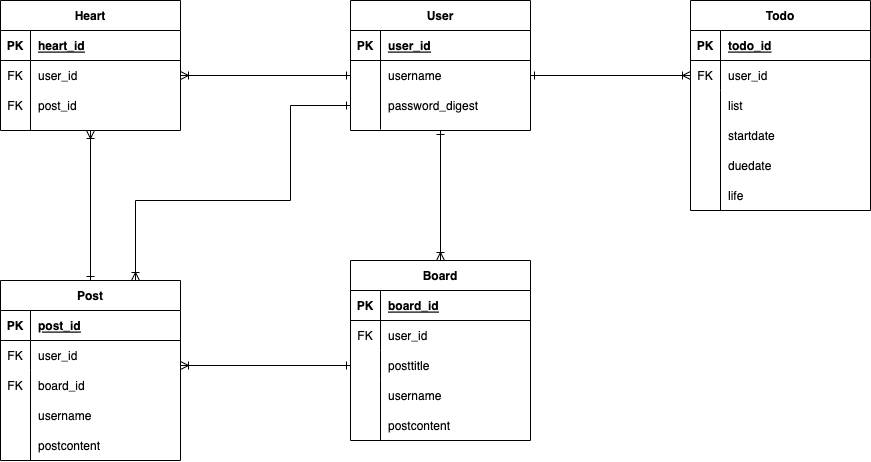
This is portfolio-ER図.drawio.png from ABE19950311/Portfolio, a draw.io export, as it was before one commit. Source tidied: cells renumbered, new cells last; positions are measured from the earlier drawing's top-left corner, leaving out a move shared by most shapes.
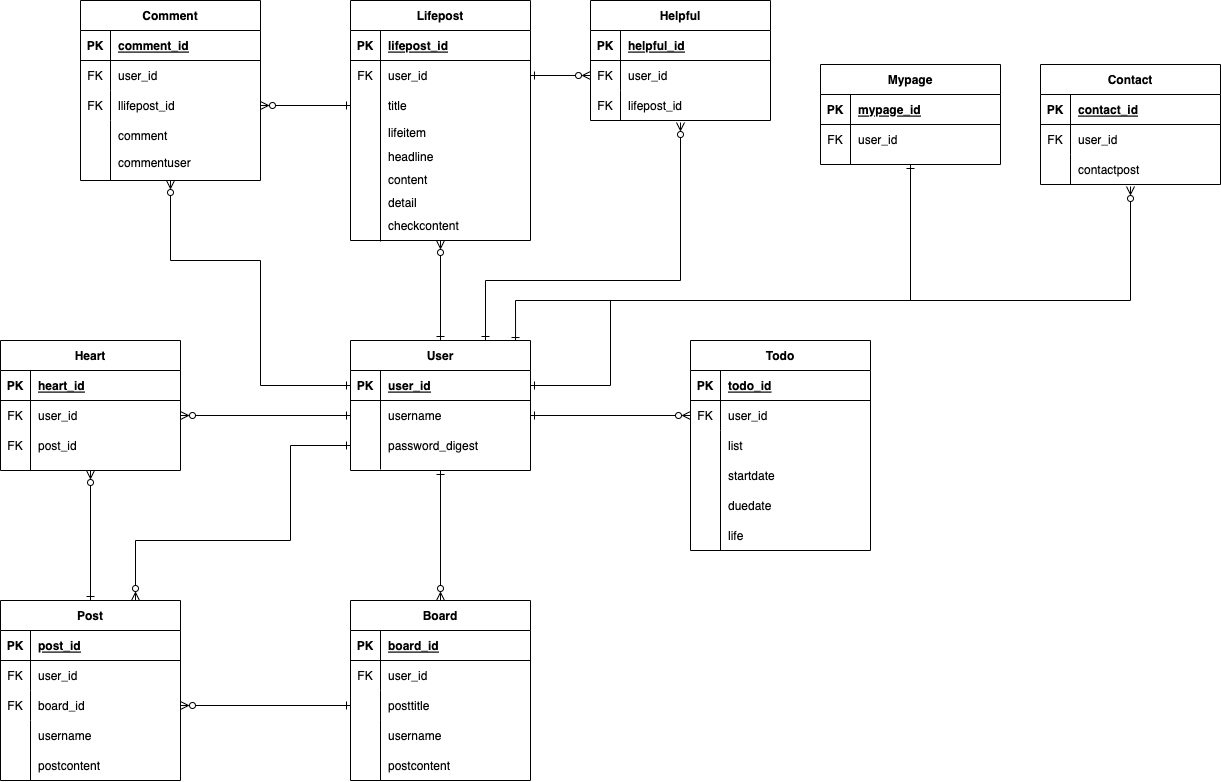
The same file after the commit.

The edit, as a diff of the source:
```diff
@@ -4,3 +4,3 @@
     <mxCell id="1" parent="0" />
-    <mxCell id="2" style="edgeStyle=none;rounded=0;jettySize=auto;html=1;exitX=0.5;exitY=0;exitDx=0;exitDy=0;entryX=0.5;entryY=1;entryDx=0;entryDy=0;startArrow=ERone;startFill=0;endArrow=ERoneToMany;endFill=0;" parent="1" edge="1" source="3" target="29">
+    <mxCell id="2" style="edgeStyle=none;rounded=0;jettySize=auto;html=1;exitX=0.5;exitY=0;exitDx=0;exitDy=0;entryX=0.5;entryY=1;entryDx=0;entryDy=0;startArrow=ERone;startFill=0;endArrow=ERzeroToMany;endFill=0;" parent="1" edge="1" source="3" target="29">
       <mxGeometry relative="1" as="geometry" />
@@ -8,3 +8,3 @@
     <mxCell id="3" value="Post" style="shape=table;startSize=30;rowLines=0;fontStyle=1;align=center;" parent="1" vertex="1">
-      <mxGeometry y="280" width="180" height="180" as="geometry" />
+      <mxGeometry y="260" width="180" height="180" as="geometry" />
     </mxCell>
@@ -154,8 +154,28 @@
     </mxCell>
-    <mxCell id="52" style="rounded=0;jettySize=auto;html=1;exitX=1;exitY=0.5;exitDx=0;exitDy=0;entryX=0;entryY=0.5;entryDx=0;entryDy=0;startArrow=ERone;startFill=0;endArrow=ERoneToMany;endFill=0;" parent="1" edge="1" source="58" target="43">
+    <mxCell id="52" style="rounded=0;jettySize=auto;html=1;exitX=1;exitY=0.5;exitDx=0;exitDy=0;entryX=0;entryY=0.5;entryDx=0;entryDy=0;startArrow=ERone;startFill=0;endArrow=ERzeroToMany;endFill=0;" parent="1" edge="1" source="58" target="43">
       <mxGeometry relative="1" as="geometry" />
     </mxCell>
-    <mxCell id="53" style="edgeStyle=none;rounded=0;jettySize=auto;html=1;exitX=0.5;exitY=1;exitDx=0;exitDy=0;entryX=0.5;entryY=0;entryDx=0;entryDy=0;startArrow=ERone;startFill=0;endArrow=ERoneToMany;endFill=0;" parent="1" edge="1" source="54" target="16">
+    <mxCell id="53" style="edgeStyle=none;rounded=0;jettySize=auto;html=1;exitX=0.5;exitY=1;exitDx=0;exitDy=0;entryX=0.5;entryY=0;entryDx=0;entryDy=0;startArrow=ERone;startFill=0;endArrow=ERzeroToMany;endFill=0;" parent="1" edge="1" source="54" target="16">
       <mxGeometry relative="1" as="geometry" />
     </mxCell>
+    <mxCell id="76" style="edgeStyle=none;rounded=0;jettySize=auto;html=1;exitX=0.917;exitY=0.008;exitDx=0;exitDy=0;entryX=0.5;entryY=1;entryDx=0;entryDy=0;startArrow=ERone;startFill=0;endArrow=ERone;endFill=0;exitPerimeter=0;" parent="1" edge="1" source="54" target="79">
+      <mxGeometry relative="1" as="geometry">
+        <Array as="points">
+          <mxPoint x="515" y="-40" />
+          <mxPoint x="780" y="-40" />
+          <mxPoint x="910" y="-40" />
+        </Array>
+      </mxGeometry>
+    </mxCell>
+    <mxCell id="77" style="edgeStyle=orthogonalEdgeStyle;rounded=0;jettySize=auto;html=1;exitX=0.5;exitY=0;exitDx=0;exitDy=0;entryX=0.5;entryY=1;entryDx=0;entryDy=0;startArrow=ERone;startFill=0;endArrow=ERzeroToMany;endFill=0;" parent="1" edge="1" source="54" target="86">
+      <mxGeometry relative="1" as="geometry" />
+    </mxCell>
+    <mxCell id="78" style="edgeStyle=orthogonalEdgeStyle;rounded=0;jettySize=auto;html=1;exitX=0.75;exitY=0;exitDx=0;exitDy=0;entryX=0.5;entryY=1.067;entryDx=0;entryDy=0;entryPerimeter=0;startArrow=ERone;startFill=0;endArrow=ERzeroToMany;endFill=0;" parent="1" edge="1" source="54" target="136">
+      <mxGeometry relative="1" as="geometry">
+        <Array as="points">
+          <mxPoint x="485" y="-60" />
+          <mxPoint x="680" y="-60" />
+        </Array>
+      </mxGeometry>
+    </mxCell>
     <mxCell id="54" value="User" style="shape=table;startSize=30;rowLines=0;fontStyle=1;align=center;" parent="1" vertex="1">
@@ -199,6 +219,6 @@
     </mxCell>
-    <mxCell id="67" style="edgeStyle=none;rounded=0;jettySize=auto;html=1;exitX=0;exitY=0.5;exitDx=0;exitDy=0;entryX=1;entryY=0.5;entryDx=0;entryDy=0;startArrow=ERone;startFill=0;endArrow=ERoneToMany;endFill=0;" parent="1" edge="1" source="58" target="33">
+    <mxCell id="67" style="edgeStyle=none;rounded=0;jettySize=auto;html=1;exitX=0;exitY=0.5;exitDx=0;exitDy=0;entryX=1;entryY=0.5;entryDx=0;entryDy=0;startArrow=ERone;startFill=0;endArrow=ERzeroToMany;endFill=0;" parent="1" edge="1" source="58" target="33">
       <mxGeometry relative="1" as="geometry" />
     </mxCell>
-    <mxCell id="68" style="edgeStyle=none;rounded=0;jettySize=auto;html=1;exitX=0;exitY=0.5;exitDx=0;exitDy=0;entryX=0.75;entryY=0;entryDx=0;entryDy=0;startArrow=ERone;startFill=0;endArrow=ERoneToMany;endFill=0;" parent="1" edge="1" source="61" target="3">
+    <mxCell id="68" style="edgeStyle=none;rounded=0;jettySize=auto;html=1;exitX=0;exitY=0.5;exitDx=0;exitDy=0;entryX=0.75;entryY=0;entryDx=0;entryDy=0;startArrow=ERone;startFill=0;endArrow=ERzeroToMany;endFill=0;" parent="1" edge="1" source="61" target="3">
       <mxGeometry relative="1" as="geometry">
@@ -211,3 +231,3 @@
     </mxCell>
-    <mxCell id="69" style="edgeStyle=none;rounded=0;jettySize=auto;html=1;exitX=0;exitY=0.5;exitDx=0;exitDy=0;startArrow=ERone;startFill=0;endArrow=ERoneToMany;endFill=0;" parent="1" edge="1" source="23">
+    <mxCell id="69" style="edgeStyle=none;rounded=0;jettySize=auto;html=1;exitX=0;exitY=0.5;exitDx=0;exitDy=0;startArrow=ERone;startFill=0;endArrow=ERzeroToMany;endFill=0;" parent="1" edge="1" source="23">
       <mxGeometry relative="1" as="geometry">
@@ -217,3 +237,3 @@
     <mxCell id="70" value="postcontent" style="shape=partialRectangle;fillColor=none;top=0;left=0;bottom=0;right=0;align=left;spacingLeft=6;overflow=hidden;" parent="1" vertex="1">
-      <mxGeometry x="30" y="430" width="150" height="30" as="geometry" />
+      <mxGeometry x="30" y="410" width="150" height="30" as="geometry" />
     </mxCell>
@@ -246,5 +266,215 @@
         <mxPoint x="30" y="390" as="sourcePoint" />
-        <mxPoint x="30" y="460" as="targetPoint" />
+        <mxPoint x="30" y="440" as="targetPoint" />
       </mxGeometry>
     </mxCell>
+    <mxCell id="79" value="Mypage" style="shape=table;startSize=30;rowLines=0;fontStyle=1;align=center;" parent="1" vertex="1">
+      <mxGeometry x="820" y="-276" width="180" height="100" as="geometry" />
+    </mxCell>
+    <mxCell id="80" style="shape=tableRow;horizontal=0;startSize=0;swimlaneHead=0;swimlaneBody=0;fillColor=none;top=0;left=0;right=0;bottom=1;" parent="79" vertex="1">
+      <mxGeometry y="30" width="180" height="30" as="geometry" />
+    </mxCell>
+    <mxCell id="81" value="PK" style="shape=partialRectangle;fillColor=none;top=0;left=0;bottom=0;right=0;fontStyle=1;overflow=hidden;" parent="80" vertex="1">
+      <mxGeometry width="30" height="30" as="geometry" />
+    </mxCell>
+    <mxCell id="82" value="mypage_id" style="shape=partialRectangle;fillColor=none;top=0;left=0;bottom=0;right=0;align=left;spacingLeft=6;fontStyle=5;overflow=hidden;" parent="80" vertex="1">
+      <mxGeometry x="30" width="150" height="30" as="geometry" />
+    </mxCell>
+    <mxCell id="83" style="shape=tableRow;horizontal=0;startSize=0;swimlaneHead=0;swimlaneBody=0;fillColor=none;top=0;left=0;right=0;bottom=0;" parent="79" vertex="1">
+      <mxGeometry y="60" width="180" height="30" as="geometry" />
+    </mxCell>
+    <mxCell id="84" value="FK" style="shape=partialRectangle;fillColor=none;top=0;left=0;bottom=0;right=0;overflow=hidden;" parent="83" vertex="1">
+      <mxGeometry width="30" height="30" as="geometry" />
+    </mxCell>
+    <mxCell id="85" value="user_id" style="shape=partialRectangle;fillColor=none;top=0;left=0;bottom=0;right=0;align=left;spacingLeft=6;overflow=hidden;" parent="83" vertex="1">
+      <mxGeometry x="30" width="150" height="30" as="geometry" />
+    </mxCell>
+    <mxCell id="86" value="Lifepost" style="shape=table;startSize=30;rowLines=0;fontStyle=1;align=center;" parent="1" vertex="1">
+      <mxGeometry x="350" y="-340" width="180" height="240" as="geometry" />
+    </mxCell>
+    <mxCell id="87" style="shape=tableRow;horizontal=0;startSize=0;swimlaneHead=0;swimlaneBody=0;fillColor=none;top=0;left=0;right=0;bottom=1;" parent="86" vertex="1">
+      <mxGeometry y="30" width="180" height="30" as="geometry" />
+    </mxCell>
+    <mxCell id="88" value="PK" style="shape=partialRectangle;fillColor=none;top=0;left=0;bottom=0;right=0;fontStyle=1;overflow=hidden;" parent="87" vertex="1">
+      <mxGeometry width="30" height="30" as="geometry" />
+    </mxCell>
+    <mxCell id="89" value="lifepost_id" style="shape=partialRectangle;fillColor=none;top=0;left=0;bottom=0;right=0;align=left;spacingLeft=6;fontStyle=5;overflow=hidden;" parent="87" vertex="1">
+      <mxGeometry x="30" width="150" height="30" as="geometry" />
+    </mxCell>
+    <mxCell id="90" style="shape=tableRow;horizontal=0;startSize=0;swimlaneHead=0;swimlaneBody=0;fillColor=none;points=[[0,0.5],[1,0.5]];portConstraint=eastwest;top=0;left=0;right=0;bottom=0;" parent="86" vertex="1">
+      <mxGeometry y="60" width="180" height="30" as="geometry" />
+    </mxCell>
+    <mxCell id="91" value="FK" style="shape=partialRectangle;fillColor=none;top=0;left=0;bottom=0;right=0;overflow=hidden;" parent="90" vertex="1">
+      <mxGeometry width="30" height="30" as="geometry" />
+    </mxCell>
+    <mxCell id="92" value="user_id" style="shape=partialRectangle;fillColor=none;top=0;left=0;bottom=0;right=0;align=left;spacingLeft=6;overflow=hidden;" parent="90" vertex="1">
+      <mxGeometry x="30" width="150" height="30" as="geometry" />
+    </mxCell>
+    <mxCell id="93" style="shape=tableRow;horizontal=0;startSize=0;swimlaneHead=0;swimlaneBody=0;fillColor=none;points=[[0,0.5],[1,0.5]];portConstraint=eastwest;top=0;left=0;right=0;bottom=0;" parent="86" vertex="1">
+      <mxGeometry y="90" width="180" height="30" as="geometry" />
+    </mxCell>
+    <mxCell id="94" style="shape=partialRectangle;fillColor=none;top=0;left=0;bottom=0;right=0;overflow=hidden;" parent="93" vertex="1">
+      <mxGeometry width="30" height="30" as="geometry" />
+    </mxCell>
+    <mxCell id="95" value="title" style="shape=partialRectangle;fillColor=none;top=0;left=0;bottom=0;right=0;align=left;spacingLeft=6;overflow=hidden;" parent="93" vertex="1">
+      <mxGeometry x="30" width="150" height="30" as="geometry" />
+    </mxCell>
+    <mxCell id="96" value="content" style="shape=partialRectangle;fillColor=none;top=0;left=0;bottom=0;right=0;align=left;spacingLeft=6;overflow=hidden;" parent="1" vertex="1">
+      <mxGeometry x="380" y="-176" width="150" height="30" as="geometry" />
+    </mxCell>
+    <mxCell id="97" value="headline" style="shape=partialRectangle;fillColor=none;top=0;left=0;bottom=0;right=0;align=left;spacingLeft=6;overflow=hidden;" parent="1" vertex="1">
+      <mxGeometry x="380" y="-199" width="150" height="30" as="geometry" />
+    </mxCell>
+    <mxCell id="98" value="lifeitem" style="shape=partialRectangle;fillColor=none;top=0;left=0;bottom=0;right=0;align=left;spacingLeft=6;overflow=hidden;" parent="1" vertex="1">
+      <mxGeometry x="380" y="-223" width="150" height="30" as="geometry" />
+    </mxCell>
+    <mxCell id="99" value="detail" style="shape=partialRectangle;fillColor=none;top=0;left=0;bottom=0;right=0;align=left;spacingLeft=6;overflow=hidden;" parent="1" vertex="1">
+      <mxGeometry x="380" y="-153" width="150" height="30" as="geometry" />
+    </mxCell>
+    <mxCell id="100" value="checkcontent" style="shape=partialRectangle;fillColor=none;top=0;left=0;bottom=0;right=0;align=left;spacingLeft=6;overflow=hidden;" parent="1" vertex="1">
+      <mxGeometry x="380" y="-130" width="150" height="30" as="geometry" />
+    </mxCell>
+    <mxCell id="101" style="endArrow=none;html=1;rounded=0;" parent="1" edge="1">
+      <mxGeometry relative="1" as="geometry">
+        <mxPoint x="380" y="-252" as="sourcePoint" />
+        <mxPoint x="380" y="-99" as="targetPoint" />
+      </mxGeometry>
+    </mxCell>
+    <mxCell id="102" value="Comment" style="shape=table;startSize=30;rowLines=0;fontStyle=1;align=center;" parent="1" vertex="1">
+      <mxGeometry x="80" y="-340" width="180" height="180" as="geometry" />
+    </mxCell>
+    <mxCell id="103" style="shape=tableRow;horizontal=0;startSize=0;swimlaneHead=0;swimlaneBody=0;fillColor=none;top=0;left=0;right=0;bottom=1;" parent="102" vertex="1">
+      <mxGeometry y="30" width="180" height="30" as="geometry" />
+    </mxCell>
+    <mxCell id="104" value="PK" style="shape=partialRectangle;fillColor=none;top=0;left=0;bottom=0;right=0;fontStyle=1;overflow=hidden;" parent="103" vertex="1">
+      <mxGeometry width="30" height="30" as="geometry" />
+    </mxCell>
+    <mxCell id="105" value="comment_id" style="shape=partialRectangle;fillColor=none;top=0;left=0;bottom=0;right=0;align=left;spacingLeft=6;fontStyle=5;overflow=hidden;" parent="103" vertex="1">
+      <mxGeometry x="30" width="150" height="30" as="geometry" />
+    </mxCell>
+    <mxCell id="106" style="shape=tableRow;horizontal=0;startSize=0;swimlaneHead=0;swimlaneBody=0;fillColor=none;top=0;left=0;right=0;bottom=0;" parent="102" vertex="1">
+      <mxGeometry y="60" width="180" height="30" as="geometry" />
+    </mxCell>
+    <mxCell id="107" value="FK" style="shape=partialRectangle;fillColor=none;top=0;left=0;bottom=0;right=0;overflow=hidden;" parent="106" vertex="1">
+      <mxGeometry width="30" height="30" as="geometry" />
+    </mxCell>
+    <mxCell id="108" value="user_id" style="shape=partialRectangle;fillColor=none;top=0;left=0;bottom=0;right=0;align=left;spacingLeft=6;overflow=hidden;" parent="106" vertex="1">
+      <mxGeometry x="30" width="150" height="30" as="geometry" />
+    </mxCell>
+    <mxCell id="109" style="shape=tableRow;horizontal=0;startSize=0;swimlaneHead=0;swimlaneBody=0;fillColor=none;points=[[0,0.5],[1,0.5]];portConstraint=eastwest;top=0;left=0;right=0;bottom=0;" parent="102" vertex="1">
+      <mxGeometry y="90" width="180" height="30" as="geometry" />
+    </mxCell>
+    <mxCell id="110" value="FK" style="shape=partialRectangle;fillColor=none;top=0;left=0;bottom=0;right=0;overflow=hidden;" parent="109" vertex="1">
+      <mxGeometry width="30" height="30" as="geometry" />
+    </mxCell>
+    <mxCell id="111" value="llifepost_id" style="shape=partialRectangle;fillColor=none;top=0;left=0;bottom=0;right=0;align=left;spacingLeft=6;overflow=hidden;" parent="109" vertex="1">
+      <mxGeometry x="30" width="150" height="30" as="geometry" />
+    </mxCell>
+    <mxCell id="112" style="shape=tableRow;horizontal=0;startSize=0;swimlaneHead=0;swimlaneBody=0;fillColor=none;top=0;left=0;right=0;bottom=0;" parent="102" vertex="1">
+      <mxGeometry y="120" width="180" height="30" as="geometry" />
+    </mxCell>
+    <mxCell id="113" style="shape=partialRectangle;fillColor=none;top=0;left=0;bottom=0;right=0;overflow=hidden;" parent="112" vertex="1">
+      <mxGeometry width="30" height="30" as="geometry" />
+    </mxCell>
+    <mxCell id="114" value="comment" style="shape=partialRectangle;fillColor=none;top=0;left=0;bottom=0;right=0;align=left;spacingLeft=6;overflow=hidden;" parent="112" vertex="1">
+      <mxGeometry x="30" width="150" height="30" as="geometry" />
+    </mxCell>
+    <mxCell id="115" style="edgeStyle=orthogonalEdgeStyle;rounded=0;jettySize=auto;html=1;exitX=0;exitY=0.5;exitDx=0;exitDy=0;entryX=0.5;entryY=1;entryDx=0;entryDy=0;startArrow=ERone;startFill=0;endArrow=ERzeroToMany;endFill=0;" parent="1" edge="1" source="55" target="102">
+      <mxGeometry relative="1" as="geometry">
+        <Array as="points">
+          <mxPoint x="260" y="45" />
+          <mxPoint x="260" y="-80" />
+          <mxPoint x="170" y="-80" />
+        </Array>
+      </mxGeometry>
+    </mxCell>
+    <mxCell id="116" style="edgeStyle=orthogonalEdgeStyle;rounded=0;jettySize=auto;html=1;exitX=0;exitY=0.5;exitDx=0;exitDy=0;entryX=1;entryY=0.5;entryDx=0;entryDy=0;startArrow=ERone;startFill=0;endArrow=ERzeroToMany;endFill=0;" parent="1" edge="1" source="93" target="109">
+      <mxGeometry relative="1" as="geometry" />
+    </mxCell>
+    <mxCell id="117" value="commentuser" style="shape=partialRectangle;fillColor=none;top=0;left=0;bottom=0;right=0;align=left;spacingLeft=6;overflow=hidden;" parent="1" vertex="1">
+      <mxGeometry x="110" y="-193" width="150" height="30" as="geometry" />
+    </mxCell>
+    <mxCell id="118" value="Contact" style="shape=table;startSize=30;rowLines=0;fontStyle=1;align=center;" parent="1" vertex="1">
+      <mxGeometry x="1040" y="-276" width="180" height="120" as="geometry" />
+    </mxCell>
+    <mxCell id="119" style="shape=tableRow;horizontal=0;startSize=0;swimlaneHead=0;swimlaneBody=0;fillColor=none;top=0;left=0;right=0;bottom=1;" parent="118" vertex="1">
+      <mxGeometry y="30" width="180" height="30" as="geometry" />
+    </mxCell>
+    <mxCell id="120" value="PK" style="shape=partialRectangle;fillColor=none;top=0;left=0;bottom=0;right=0;fontStyle=1;overflow=hidden;" parent="119" vertex="1">
+      <mxGeometry width="30" height="30" as="geometry" />
+    </mxCell>
+    <mxCell id="121" value="contact_id" style="shape=partialRectangle;fillColor=none;top=0;left=0;bottom=0;right=0;align=left;spacingLeft=6;fontStyle=5;overflow=hidden;" parent="119" vertex="1">
+      <mxGeometry x="30" width="150" height="30" as="geometry" />
+    </mxCell>
+    <mxCell id="122" style="shape=tableRow;horizontal=0;startSize=0;swimlaneHead=0;swimlaneBody=0;fillColor=none;top=0;left=0;right=0;bottom=0;" parent="118" vertex="1">
+      <mxGeometry y="60" width="180" height="30" as="geometry" />
+    </mxCell>
+    <mxCell id="123" value="FK" style="shape=partialRectangle;fillColor=none;top=0;left=0;bottom=0;right=0;overflow=hidden;" parent="122" vertex="1">
+      <mxGeometry width="30" height="30" as="geometry" />
+    </mxCell>
+    <mxCell id="124" value="user_id" style="shape=partialRectangle;fillColor=none;top=0;left=0;bottom=0;right=0;align=left;spacingLeft=6;overflow=hidden;" parent="122" vertex="1">
+      <mxGeometry x="30" width="150" height="30" as="geometry" />
+    </mxCell>
+    <mxCell id="125" style="shape=tableRow;horizontal=0;startSize=0;swimlaneHead=0;swimlaneBody=0;fillColor=none;points=[[0,0.5],[1,0.5]];portConstraint=eastwest;top=0;left=0;right=0;bottom=0;" parent="118" vertex="1">
+      <mxGeometry y="90" width="180" height="30" as="geometry" />
+    </mxCell>
+    <mxCell id="126" style="shape=partialRectangle;fillColor=none;top=0;left=0;bottom=0;right=0;overflow=hidden;" parent="125" vertex="1">
+      <mxGeometry width="30" height="30" as="geometry" />
+    </mxCell>
+    <mxCell id="127" value="contactpost" style="shape=partialRectangle;fillColor=none;top=0;left=0;bottom=0;right=0;align=left;spacingLeft=6;overflow=hidden;" parent="125" vertex="1">
+      <mxGeometry x="30" width="150" height="30" as="geometry" />
+    </mxCell>
+    <mxCell id="128" style="edgeStyle=orthogonalEdgeStyle;rounded=0;jettySize=auto;html=1;exitX=1;exitY=0.5;exitDx=0;exitDy=0;startArrow=ERone;startFill=0;endArrow=ERzeroToMany;endFill=0;entryX=0.5;entryY=1.067;entryDx=0;entryDy=0;entryPerimeter=0;" parent="1" edge="1" source="55" target="125">
+      <mxGeometry relative="1" as="geometry">
+        <Array as="points">
+          <mxPoint x="610" y="45" />
+          <mxPoint x="610" y="-40" />
+          <mxPoint x="1130" y="-40" />
+        </Array>
+      </mxGeometry>
+    </mxCell>
+    <mxCell id="129" value="Helpful" style="shape=table;startSize=30;rowLines=0;fontStyle=1;align=center;" parent="1" vertex="1">
+      <mxGeometry x="590" y="-340" width="180" height="120" as="geometry" />
+    </mxCell>
+    <mxCell id="130" style="shape=tableRow;horizontal=0;startSize=0;swimlaneHead=0;swimlaneBody=0;fillColor=none;top=0;left=0;right=0;bottom=1;" parent="129" vertex="1">
+      <mxGeometry y="30" width="180" height="30" as="geometry" />
+    </mxCell>
+    <mxCell id="131" value="PK" style="shape=partialRectangle;fillColor=none;top=0;left=0;bottom=0;right=0;fontStyle=1;overflow=hidden;" parent="130" vertex="1">
+      <mxGeometry width="30" height="30" as="geometry" />
+    </mxCell>
+    <mxCell id="132" value="helpful_id" style="shape=partialRectangle;fillColor=none;top=0;left=0;bottom=0;right=0;align=left;spacingLeft=6;fontStyle=5;overflow=hidden;" parent="130" vertex="1">
+      <mxGeometry x="30" width="150" height="30" as="geometry" />
+    </mxCell>
+    <mxCell id="133" style="shape=tableRow;horizontal=0;startSize=0;swimlaneHead=0;swimlaneBody=0;fillColor=none;points=[[0,0.5],[1,0.5]];portConstraint=eastwest;top=0;left=0;right=0;bottom=0;" parent="129" vertex="1">
+      <mxGeometry y="60" width="180" height="30" as="geometry" />
+    </mxCell>
+    <mxCell id="134" value="FK" style="shape=partialRectangle;fillColor=none;top=0;left=0;bottom=0;right=0;overflow=hidden;" parent="133" vertex="1">
+      <mxGeometry width="30" height="30" as="geometry" />
+    </mxCell>
+    <mxCell id="135" value="user_id" style="shape=partialRectangle;fillColor=none;top=0;left=0;bottom=0;right=0;align=left;spacingLeft=6;overflow=hidden;" parent="133" vertex="1">
+      <mxGeometry x="30" width="150" height="30" as="geometry" />
+    </mxCell>
+    <mxCell id="136" style="shape=tableRow;horizontal=0;startSize=0;swimlaneHead=0;swimlaneBody=0;fillColor=none;points=[[0,0.5],[1,0.5]];portConstraint=eastwest;top=0;left=0;right=0;bottom=0;" parent="129" vertex="1">
+      <mxGeometry y="90" width="180" height="30" as="geometry" />
+    </mxCell>
+    <mxCell id="137" value="FK" style="shape=partialRectangle;fillColor=none;top=0;left=0;bottom=0;right=0;overflow=hidden;" parent="136" vertex="1">
+      <mxGeometry width="30" height="30" as="geometry" />
+    </mxCell>
+    <mxCell id="138" value="lifepost_id" style="shape=partialRectangle;fillColor=none;top=0;left=0;bottom=0;right=0;align=left;spacingLeft=6;overflow=hidden;" parent="136" vertex="1">
+      <mxGeometry x="30" width="150" height="30" as="geometry" />
+    </mxCell>
+    <mxCell id="139" style="edgeStyle=orthogonalEdgeStyle;rounded=0;jettySize=auto;html=1;exitX=1;exitY=0.5;exitDx=0;exitDy=0;entryX=0;entryY=0.5;entryDx=0;entryDy=0;startArrow=ERone;startFill=0;endArrow=ERzeroToMany;endFill=0;" parent="1" edge="1" source="90" target="133">
+      <mxGeometry relative="1" as="geometry" />
+    </mxCell>
+    <mxCell id="140" style="endArrow=none;html=1;rounded=0;" parent="1" edge="1">
+      <mxGeometry relative="1" as="geometry">
+        <mxPoint x="850" y="-236" as="sourcePoint" />
+        <mxPoint x="850" y="-176" as="targetPoint" />
+      </mxGeometry>
+    </mxCell>
+    <mxCell id="141" style="endArrow=none;html=1;rounded=0;" parent="1" edge="1">
+      <mxGeometry relative="1" as="geometry">
+        <mxPoint x="110" y="-205.5" as="sourcePoint" />
+        <mxPoint x="110" y="-160" as="targetPoint" />
+      </mxGeometry>
+    </mxCell>
   </root>
```
